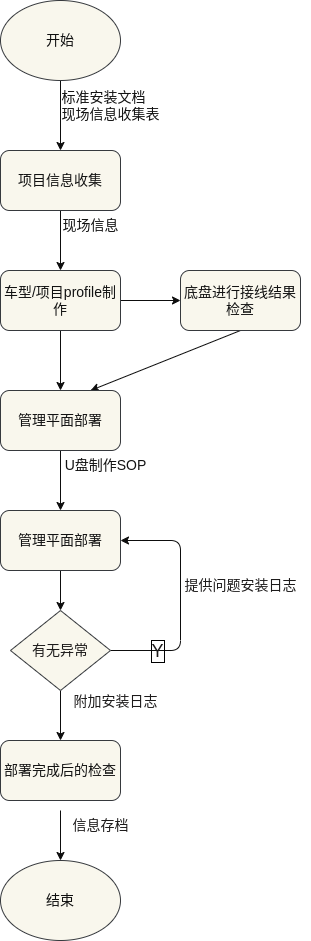
yangchen-t/repo_demo keeps this draw.io diagram as workflow/v0.1-GcsAndAgvDeployFlow.drawio.png. Above is the earlier version. Source tidied: cells renumbered, new cells last; positions are measured from the earlier drawing's top-left corner, leaving out a move shared by most shapes.
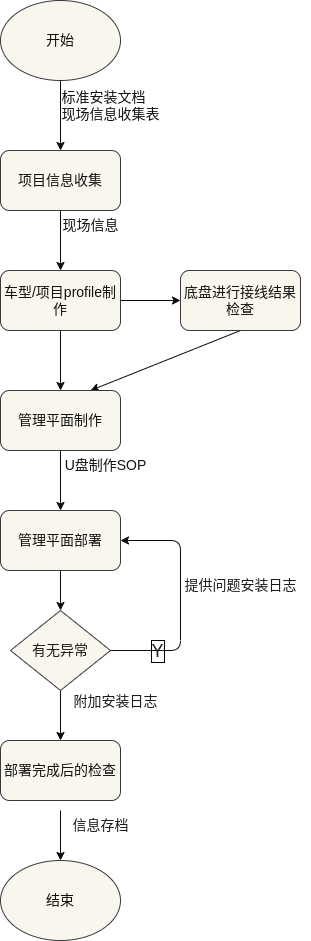
The same file after the commit.

What changed in the source:
```diff
@@ -1,4 +1,4 @@
-<mxGraphModel background="#ffffff">
+<mxGraphModel background="#ffffff" shadow="1">
   <root>
     <mxCell id="0" />
     <mxCell id="1" parent="0" />
@@ -38,7 +38,7 @@
     <mxCell id="13" style="edgeStyle=none;html=1;exitX=0.5;exitY=1;exitDx=0;exitDy=0;strokeColor=#0d0d0d;fontSize=14;fontColor=#121212;entryX=0.5;entryY=0;entryDx=0;entryDy=0;" parent="1" edge="1" source="14" target="17">
       <mxGeometry relative="1" as="geometry" />
     </mxCell>
-    <mxCell id="14" value="&lt;font color=&quot;#121212&quot;&gt;管理平面部署&lt;/font&gt;" style="rounded=1;whiteSpace=wrap;html=1;fontSize=14;fillColor=#f9f7ed;strokeColor=#36393d;" parent="1" vertex="1">
+    <mxCell id="14" value="&lt;span style=&quot;color: rgb(18, 18, 18);&quot;&gt;管理平面制作&lt;/span&gt;" style="rounded=1;whiteSpace=wrap;html=1;fontSize=14;fillColor=#f9f7ed;strokeColor=#36393d;" parent="1" vertex="1">
       <mxGeometry y="390" width="120" height="60" as="geometry" />
     </mxCell>
     <mxCell id="15" value="U盘制作SOP" style="text;html=1;align=center;verticalAlign=middle;strokeColor=none;fillColor=none;fontSize=14;fontColor=#121212;" parent="1" vertex="1">
```
